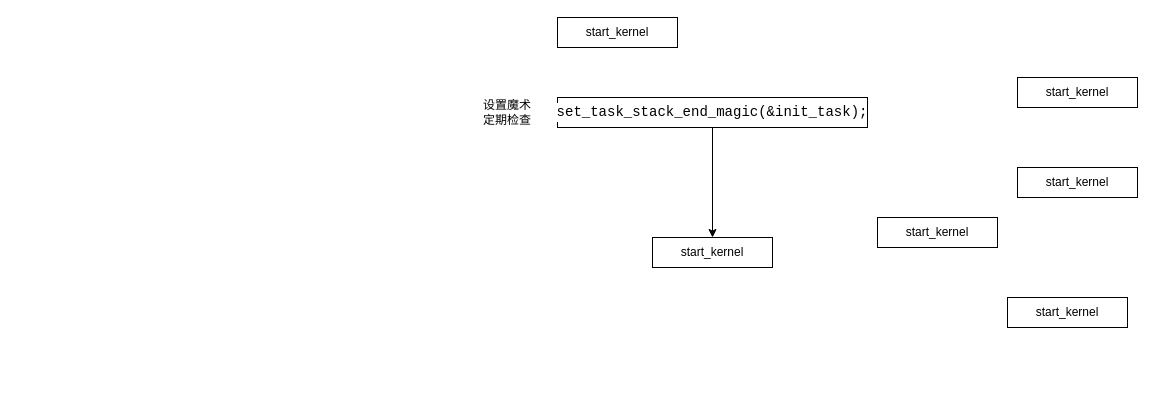
Before: 12_DiagramDrawio/start_kernel.drawio in ywy0318/kernel-workspace, a draw.io diagram. Source tidied: cells renumbered, new cells numbered last; positions are measured from the earlier drawing's top-left corner, leaving out a move shared by most shapes. Both pictures are drawn from the tidied source at 100%, with x=0, y=0 at pixel (477, 17).
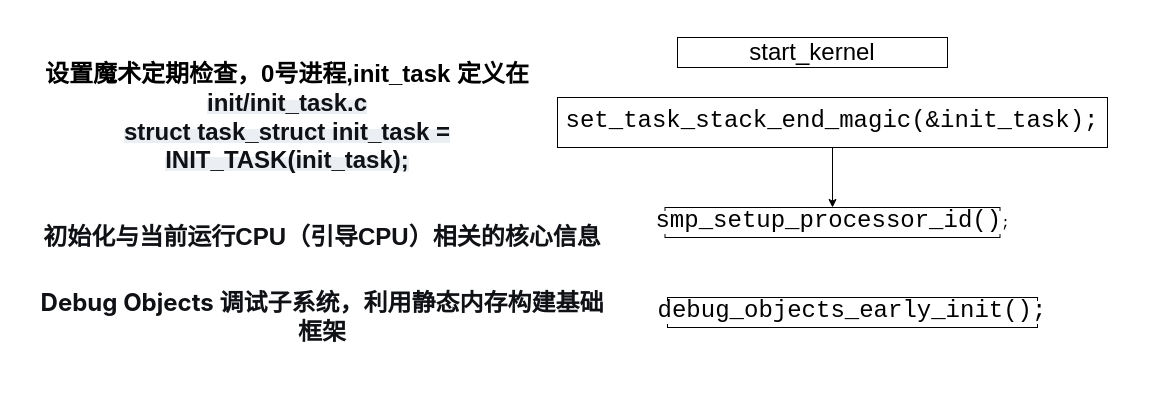
The same page after the edit.

Diff of the diagram source:
```diff
@@
 <mxGraphModel>
   <root>
     <mxCell id="0" />
     <mxCell id="1" parent="0" />
-    <mxCell id="2" value="start_kernel" style="rounded=0;whiteSpace=wrap;html=1;" parent="1" vertex="1">
-      <mxGeometry x="80" width="120" height="30" as="geometry" />
-    </mxCell>
-    <mxCell id="3" value="start_kernel" style="rounded=0;whiteSpace=wrap;html=1;" parent="1" vertex="1">
-      <mxGeometry x="530" y="280" width="120" height="30" as="geometry" />
-    </mxCell>
-    <mxCell id="4" value="start_kernel" style="rounded=0;whiteSpace=wrap;html=1;" parent="1" vertex="1">
-      <mxGeometry x="540" y="60" width="120" height="30" as="geometry" />
-    </mxCell>
-    <mxCell id="5" value="start_kernel" style="rounded=0;whiteSpace=wrap;html=1;" parent="1" vertex="1">
-      <mxGeometry x="540" y="150" width="120" height="30" as="geometry" />
-    </mxCell>
-    <mxCell id="6" value="start_kernel" style="rounded=0;whiteSpace=wrap;html=1;" parent="1" vertex="1">
-      <mxGeometry x="400" y="200" width="120" height="30" as="geometry" />
-    </mxCell>
-    <mxCell id="7" style="edgeStyle=orthogonalEdgeStyle;rounded=0;jettySize=auto;html=1;" parent="1" edge="1" source="8" target="9">
-      <mxGeometry relative="1" as="geometry" />
-    </mxCell>
+    <mxCell id="11" value="&lt;font style=&quot;font-size: 24px;&quot;&gt;start_kernel&lt;/font&gt;" style="rounded=0;whiteSpace=wrap;html=1;" parent="1" vertex="1">
+      <mxGeometry x="200" y="20" width="270" height="30" as="geometry" />
+    </mxCell>
+    <mxCell id="12" style="edgeStyle=orthogonalEdgeStyle;rounded=0;jettySize=auto;html=1;" parent="1" edge="1" source="8" target="13">
+      <mxGeometry relative="1" as="geometry" />
+    </mxCell>
-    <mxCell id="8" value="&lt;div style=&quot;background-color: rgb(255, 255, 255); font-family: Consolas, &amp;quot;Courier New&amp;quot;, monospace; font-size: 14px; line-height: 19px; white-space: pre;&quot;&gt;set_task_stack_end_magic(&amp;amp;init_task);&lt;/div&gt;" style="rounded=0;whiteSpace=wrap;html=1;" parent="1" vertex="1">
-      <mxGeometry x="80" y="80" width="310" height="30" as="geometry" />
+    <mxCell id="8" value="&lt;div style=&quot;background-color: rgb(255, 255, 255); font-family: Consolas, &amp;quot;Courier New&amp;quot;, monospace; line-height: 19px; white-space: pre;&quot;&gt;&lt;font style=&quot;font-size: 24px;&quot;&gt;set_task_stack_end_magic(&amp;amp;init_task);&lt;/font&gt;&lt;/div&gt;" style="rounded=0;whiteSpace=wrap;html=1;" parent="1" vertex="1">
+      <mxGeometry x="80" y="80" width="550" height="50" as="geometry" />
     </mxCell>
-    <mxCell id="9" value="start_kernel" style="rounded=0;whiteSpace=wrap;html=1;" parent="1" vertex="1">
-      <mxGeometry x="175" y="220" width="120" height="30" as="geometry" />
-    </mxCell>
-    <mxCell id="10" value="设置魔术定期检查" style="text;html=1;whiteSpace=wrap;strokeColor=none;fillColor=none;align=center;verticalAlign=middle;rounded=0;" parent="1" vertex="1">
-      <mxGeometry y="80" width="60" height="30" as="geometry" />
-    </mxCell>
+    <mxCell id="13" value="&lt;div style=&quot;background-color: rgb(255, 255, 255); font-family: Consolas, &amp;quot;Courier New&amp;quot;, monospace; line-height: 19px; white-space: pre;&quot;&gt;&lt;font style=&quot;font-size: 24px;&quot;&gt;smp_setup_processor_id&lt;/font&gt;&lt;font style=&quot;font-size: 24px;&quot;&gt;()&lt;/font&gt;&lt;span style=&quot;font-size: 14px;&quot;&gt;;&lt;/span&gt;&lt;/div&gt;" style="rounded=0;whiteSpace=wrap;html=1;" parent="1" vertex="1">
+      <mxGeometry x="187.5" y="190" width="335" height="30" as="geometry" />
+    </mxCell>
+    <mxCell id="14" value="&lt;b&gt;&lt;font style=&quot;font-size: 24px;&quot;&gt;设置魔术定期检查，0号进程,init_task 定义在&lt;/font&gt;&lt;span style=&quot;color: rgb(15, 17, 21); text-align: start; background-color: rgb(235, 238, 242);&quot;&gt;&lt;font face=&quot;Helvetica&quot; style=&quot;font-size: 24px;&quot;&gt;init/init_task.c&lt;/font&gt;&lt;/span&gt;&lt;/b&gt;&lt;div&gt;&lt;span style=&quot;text-align: start; background-color: rgb(235, 238, 242); color: rgb(15, 17, 21);&quot;&gt;&lt;font face=&quot;Helvetica&quot; style=&quot;&quot;&gt;&lt;font color=&quot;#0f1115&quot;&gt;&lt;span style=&quot;font-size: 24px;&quot;&gt;&lt;b&gt;struct task_struct init_task = INIT_TASK(init_task);&lt;/b&gt;&lt;/span&gt;&lt;/font&gt;&lt;/font&gt;&lt;/span&gt;&lt;/div&gt;" style="text;html=1;whiteSpace=wrap;strokeColor=none;fillColor=none;align=center;verticalAlign=middle;rounded=0;" parent="1" vertex="1">
+      <mxGeometry x="-460" y="40" width="540" height="120" as="geometry" />
+    </mxCell>
+    <mxCell id="15" value="&lt;span style=&quot;font-weight: 600; color: rgb(15, 17, 21); text-align: start; background-color: rgb(255, 255, 255);&quot;&gt;&lt;span class=&quot;&quot; style=&quot;&quot;&gt;&lt;font style=&quot;font-size: 24px;&quot; face=&quot;Helvetica&quot;&gt;初始化与当前运行CPU（引导CPU）相关的核心信息&lt;/font&gt;&lt;/span&gt;&lt;/span&gt;" style="text;html=1;whiteSpace=wrap;strokeColor=none;fillColor=none;align=center;verticalAlign=middle;rounded=0;" parent="1" vertex="1">
+      <mxGeometry x="-440" y="160" width="570" height="120" as="geometry" />
+    </mxCell>
+    <mxCell id="16" value="&lt;div style=&quot;background-color: rgb(255, 255, 255); font-family: Consolas, &amp;quot;Courier New&amp;quot;, monospace; line-height: 19px; white-space: pre;&quot;&gt;&lt;span style=&quot;text-align: left;&quot;&gt;&lt;font style=&quot;font-size: 24px;&quot;&gt;debug_objects_early_init();&lt;/font&gt;&lt;/span&gt;&lt;/div&gt;" style="rounded=0;whiteSpace=wrap;html=1;" parent="1" vertex="1">
+      <mxGeometry x="190" y="280" width="370" height="30" as="geometry" />
+    </mxCell>
+    <mxCell id="17" value="&lt;font style=&quot;font-size: 24px;&quot;&gt;&lt;b&gt;&lt;span style=&quot;color: rgb(15, 17, 21); font-family: quote-cjk-patch, Inter, system-ui, -apple-system, BlinkMacSystemFont, &amp;quot;Segoe UI&amp;quot;, Roboto, Oxygen, Ubuntu, Cantarell, &amp;quot;Open Sans&amp;quot;, &amp;quot;Helvetica Neue&amp;quot;, sans-serif; text-align: start; background-color: rgb(255, 255, 255);&quot;&gt;&lt;span class=&quot;&quot; style=&quot;&quot;&gt;Debug Objects 调试子系统，&lt;/span&gt;&lt;/span&gt;&lt;span style=&quot;color: rgb(15, 17, 21); font-family: quote-cjk-patch, Inter, system-ui, -apple-system, BlinkMacSystemFont, &amp;quot;Segoe UI&amp;quot;, Roboto, Oxygen, Ubuntu, Cantarell, &amp;quot;Open Sans&amp;quot;, &amp;quot;Helvetica Neue&amp;quot;, sans-serif; text-align: start; background-color: rgb(255, 255, 255);&quot;&gt;利用静态内存构建基础框架&lt;/span&gt;&lt;/b&gt;&lt;/font&gt;" style="text;html=1;whiteSpace=wrap;strokeColor=none;fillColor=none;align=center;verticalAlign=middle;rounded=0;" parent="1" vertex="1">
+      <mxGeometry x="-440" y="240" width="570" height="120" as="geometry" />
+    </mxCell>
   </root>
 </mxGraphModel>
```
